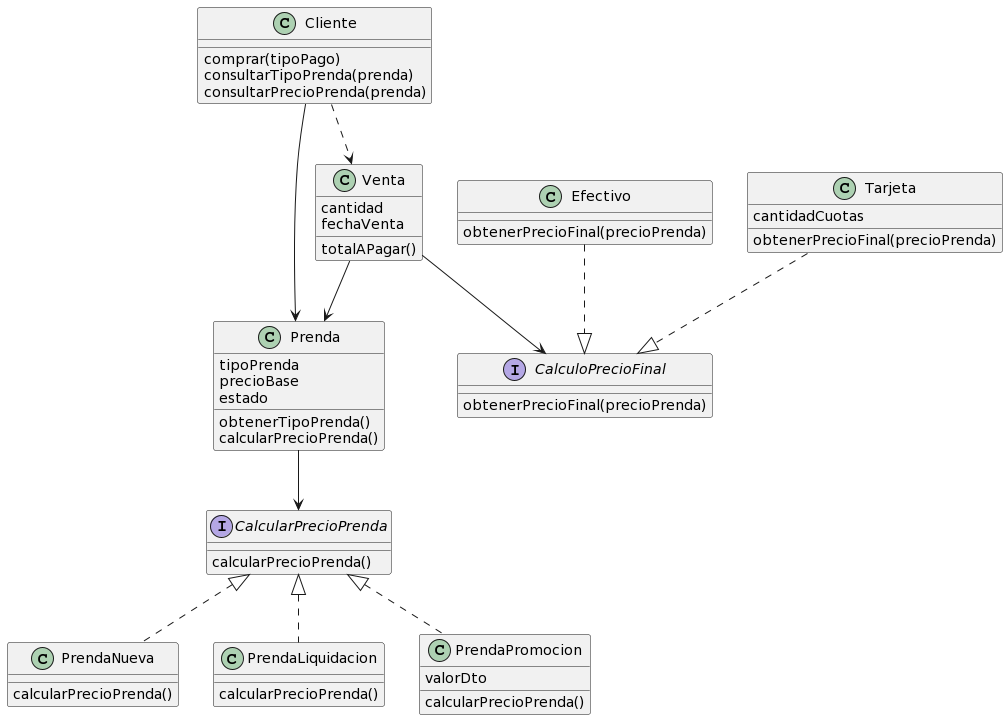
Above: diagrama_clases_mw_v2.png in LucasLSch/macowins (PlantUML), before the change.
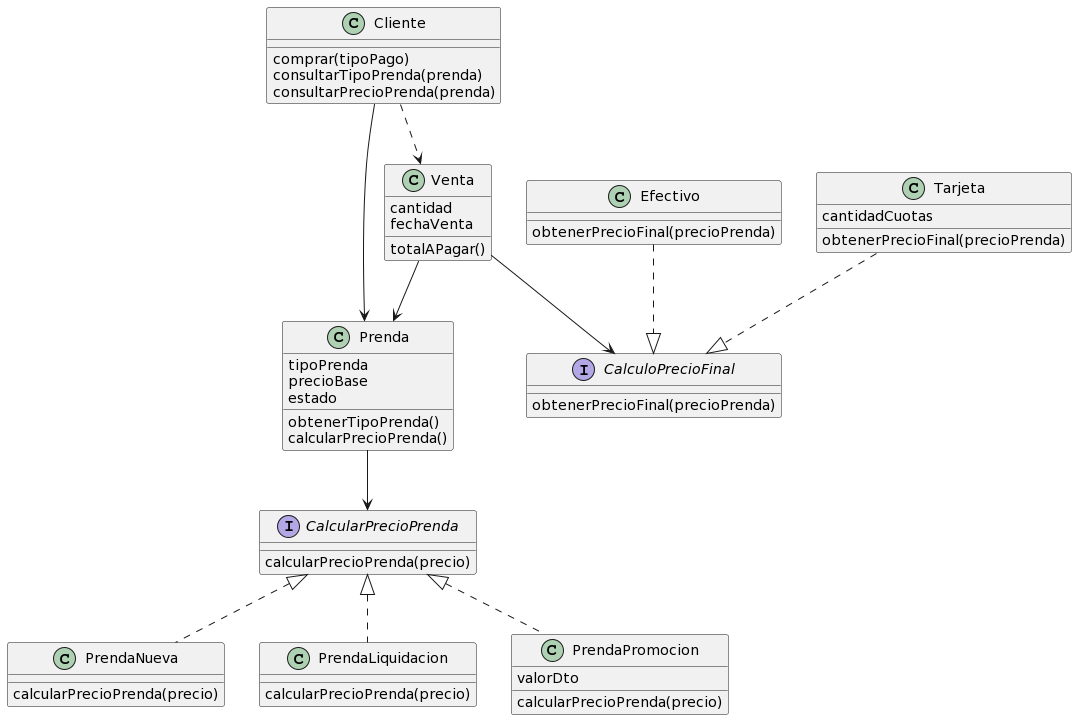
Later version of the same file.

Commit message:
fix: Arreglo de inconsistencias con el pseudocodigo

Diff of the diagram source:
```diff
@@ -9,21 +9,21 @@
 }
 
 interface CalcularPrecioPrenda{
-calcularPrecioPrenda()
+calcularPrecioPrenda(precio)
 }
 
 class PrendaNueva{
-calcularPrecioPrenda()
+calcularPrecioPrenda(precio)
 }
 
 class PrendaLiquidacion{
-calcularPrecioPrenda()
+calcularPrecioPrenda(precio)
 }
 
 class PrendaPromocion{
 valorDto
 
-calcularPrecioPrenda()
+calcularPrecioPrenda(precio)
 }
 
 Prenda --> CalcularPrecioPrenda
```
